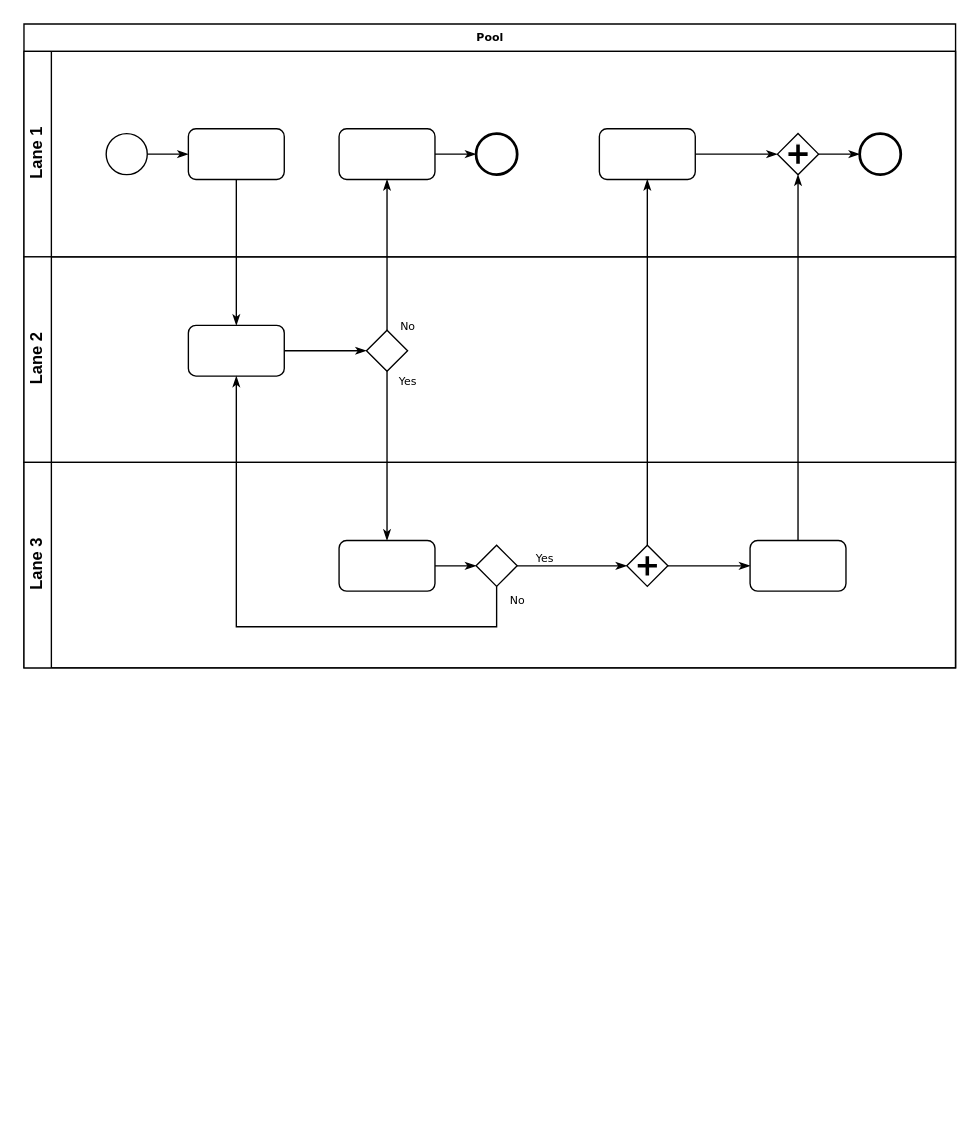
The draw.io diagram SSR FlowChart.drawio in neio100/orange, before the edit. Source tidied: cells renumbered, new cells numbered last; positions are measured from the earlier drawing's top-left corner, leaving out a move shared by most shapes. Both pictures are drawn from the tidied source at 137%, with x=0, y=0 at pixel (23, 23).
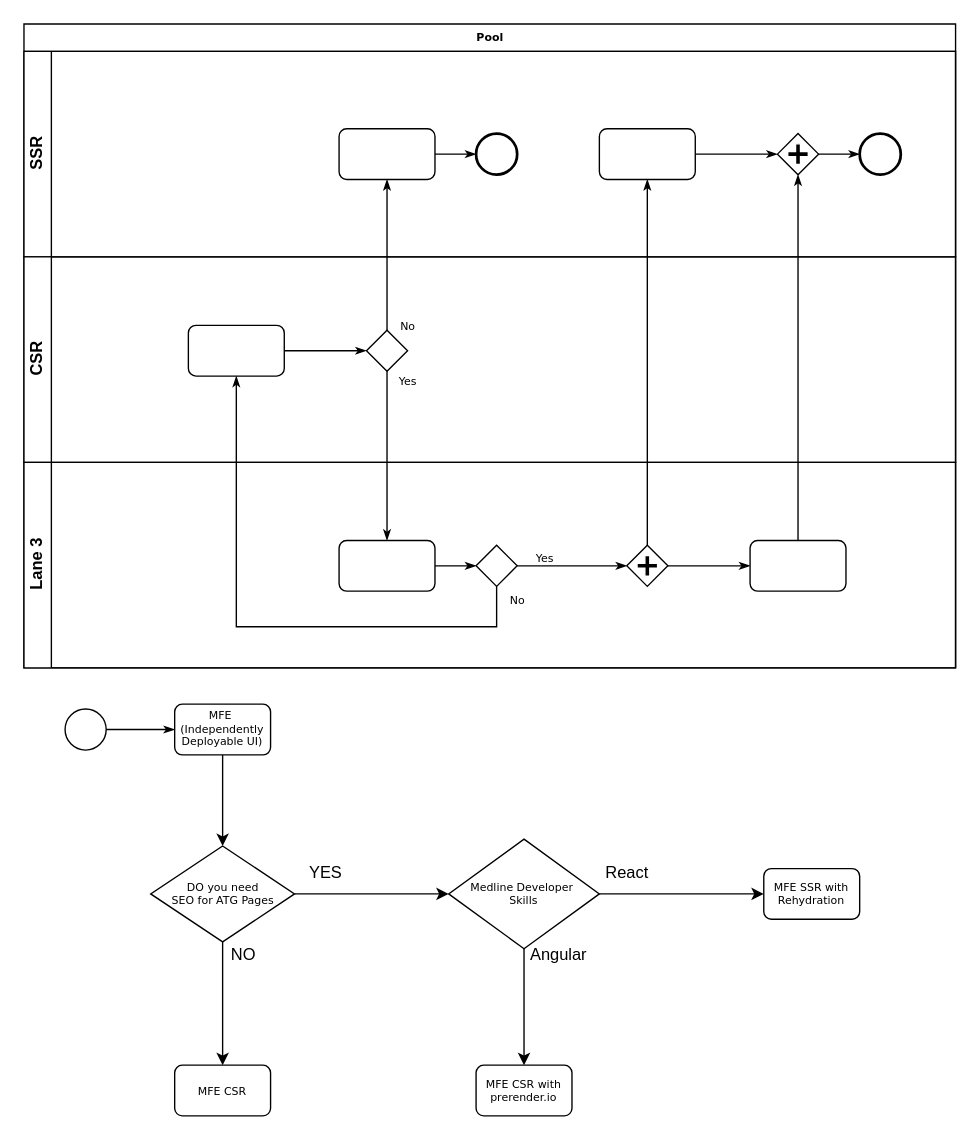
Above is the later version.

Unchanged cells that the change refers to:
```xml
<mxCell id="2" value="Pool" style="swimlane;html=1;horizontal=1;startSize=20;rounded=0;shadow=0;labelBackgroundColor=none;strokeWidth=1;fontFamily=Verdana;fontSize=8;align=center;" parent="1" vertex="1">
  <mxGeometry width="680" height="470" as="geometry" />
</mxCell>
<mxCell id="17" style="rounded=1;whiteSpace=wrap;html=1;shadow=0;labelBackgroundColor=none;strokeWidth=1;fontFamily=Verdana;fontSize=8;align=center;" parent="15" vertex="1">
  <mxGeometry x="120" y="50" width="70" height="37" as="geometry" />
</mxCell>
```

Diff of the diagram source:
```diff
@@
-    <mxCell id="3" value="Lane 1" style="swimlane;html=1;startSize=20;horizontal=0;" parent="2" vertex="1">
+    <mxCell id="3" value="SSR" style="swimlane;html=1;startSize=20;horizontal=0;" parent="2" vertex="1">
       <mxGeometry y="20" width="680" height="150" as="geometry" />
     </mxCell>
-    <mxCell id="4" style="edgeStyle=orthogonalEdgeStyle;rounded=0;html=1;labelBackgroundColor=none;startArrow=none;startFill=0;startSize=5;endArrow=classicThin;endFill=1;endSize=5;jettySize=auto;strokeWidth=1;fontFamily=Verdana;fontSize=8;" parent="3" edge="1" source="5" target="6">
-      <mxGeometry relative="1" as="geometry" />
-    </mxCell>
-    <mxCell id="5" style="ellipse;whiteSpace=wrap;html=1;rounded=0;shadow=0;labelBackgroundColor=none;strokeWidth=1;fontFamily=Verdana;fontSize=8;align=center;" parent="3" vertex="1">
-      <mxGeometry x="60" y="60" width="30" height="30" as="geometry" />
-    </mxCell>
-    <mxCell id="6" style="rounded=1;whiteSpace=wrap;html=1;shadow=0;labelBackgroundColor=none;strokeWidth=1;fontFamily=Verdana;fontSize=8;align=center;" parent="3" vertex="1">
-      <mxGeometry x="120" y="56.5" width="70" height="37" as="geometry" />
-    </mxCell>
@@
-    <mxCell id="15" value="Lane 2" style="swimlane;html=1;startSize=20;horizontal=0;" parent="2" vertex="1">
+    <mxCell id="15" value="CSR" style="swimlane;html=1;startSize=20;horizontal=0;" parent="2" vertex="1">
       <mxGeometry y="170" width="680" height="150" as="geometry" />
     </mxCell>
@@
-    <mxCell id="27" style="edgeStyle=orthogonalEdgeStyle;rounded=0;html=1;labelBackgroundColor=none;startArrow=none;startFill=0;startSize=5;endArrow=classicThin;endFill=1;endSize=5;jettySize=auto;strokeWidth=1;fontFamily=Verdana;fontSize=8;" parent="2" edge="1" source="6" target="17">
-      <mxGeometry relative="1" as="geometry" />
-    </mxCell>
@@
+    <mxCell id="5" style="ellipse;whiteSpace=wrap;html=1;rounded=0;shadow=0;labelBackgroundColor=none;strokeWidth=1;fontFamily=Verdana;fontSize=8;align=center;" parent="1" vertex="1">
+      <mxGeometry x="30" y="500" width="30" height="30" as="geometry" />
+    </mxCell>
+    <mxCell id="4" style="edgeStyle=orthogonalEdgeStyle;rounded=0;html=1;labelBackgroundColor=none;startArrow=none;startFill=0;startSize=5;endArrow=classicThin;endFill=1;endSize=5;jettySize=auto;strokeWidth=1;fontFamily=Verdana;fontSize=8;" parent="1" edge="1" source="5" target="6">
+      <mxGeometry relative="1" as="geometry" />
+    </mxCell>
+    <mxCell id="33" style="edgeStyle=orthogonalEdgeStyle;rounded=0;jettySize=auto;html=1;" parent="1" edge="1" source="6" target="36">
+      <mxGeometry relative="1" as="geometry" />
+    </mxCell>
+    <mxCell id="6" value="MFE&amp;nbsp;&lt;br&gt;(Independently Deployable UI)" style="rounded=1;whiteSpace=wrap;html=1;shadow=0;labelBackgroundColor=none;strokeWidth=1;fontFamily=Verdana;fontSize=8;align=center;" parent="1" vertex="1">
+      <mxGeometry x="110" y="496.5" width="70" height="37" as="geometry" />
+    </mxCell>
+    <mxCell id="34" style="edgeStyle=orthogonalEdgeStyle;rounded=0;jettySize=auto;html=1;entryX=0.5;entryY=0;entryDx=0;entryDy=0;" parent="1" edge="1" source="36" target="43">
+      <mxGeometry relative="1" as="geometry" />
+    </mxCell>
+    <mxCell id="35" style="edgeStyle=orthogonalEdgeStyle;rounded=0;jettySize=auto;html=1;" parent="1" edge="1" source="36" target="42">
+      <mxGeometry relative="1" as="geometry" />
+    </mxCell>
+    <mxCell id="36" value="DO you need &lt;br&gt;SEO for ATG Pages" style="strokeWidth=1;html=1;shape=mxgraph.flowchart.decision;whiteSpace=wrap;rounded=1;shadow=0;labelBackgroundColor=none;fontFamily=Verdana;fontSize=8;align=center;" parent="1" vertex="1">
+      <mxGeometry x="92.5" y="600" width="105" height="70" as="geometry" />
+    </mxCell>
+    <mxCell id="37" value="MFE SSR with Rehydration" style="rounded=1;whiteSpace=wrap;html=1;shadow=0;labelBackgroundColor=none;strokeWidth=1;fontFamily=Verdana;fontSize=8;align=center;" parent="1" vertex="1">
+      <mxGeometry x="540" y="616.5" width="70" height="37" as="geometry" />
+    </mxCell>
+    <mxCell id="38" value="YES" style="text;html=1;align=center;verticalAlign=middle;strokeColor=none;fillColor=none;" parent="1" vertex="1">
+      <mxGeometry x="200" y="610" width="40" height="20" as="geometry" />
+    </mxCell>
+    <mxCell id="39" value="NO" style="text;html=1;align=center;verticalAlign=middle;strokeColor=none;fillColor=none;" parent="1" vertex="1">
+      <mxGeometry x="145" y="670" width="30" height="20" as="geometry" />
+    </mxCell>
+    <mxCell id="40" style="edgeStyle=orthogonalEdgeStyle;rounded=0;jettySize=auto;html=1;" parent="1" edge="1" source="42" target="37">
+      <mxGeometry relative="1" as="geometry" />
+    </mxCell>
+    <mxCell id="41" style="edgeStyle=orthogonalEdgeStyle;rounded=0;jettySize=auto;html=1;" parent="1" edge="1" source="42" target="46">
+      <mxGeometry relative="1" as="geometry" />
+    </mxCell>
+    <mxCell id="42" value="Medline Developer&amp;nbsp;&lt;br&gt;Skills" style="strokeWidth=1;html=1;shape=mxgraph.flowchart.decision;whiteSpace=wrap;rounded=1;shadow=0;labelBackgroundColor=none;fontFamily=Verdana;fontSize=8;align=center;" parent="1" vertex="1">
+      <mxGeometry x="310" y="595" width="110" height="80" as="geometry" />
+    </mxCell>
+    <mxCell id="43" value="MFE CSR" style="rounded=1;whiteSpace=wrap;html=1;shadow=0;labelBackgroundColor=none;strokeWidth=1;fontFamily=Verdana;fontSize=8;align=center;" parent="1" vertex="1">
+      <mxGeometry x="110" y="760" width="70" height="37" as="geometry" />
+    </mxCell>
+    <mxCell id="44" value="React" style="text;html=1;align=center;verticalAlign=middle;strokeColor=none;fillColor=none;" parent="1" vertex="1">
+      <mxGeometry x="415" y="610" width="50" height="20" as="geometry" />
+    </mxCell>
+    <mxCell id="45" value="Angular" style="text;html=1;align=center;verticalAlign=middle;strokeColor=none;fillColor=none;" parent="1" vertex="1">
+      <mxGeometry x="360" y="670" width="60" height="20" as="geometry" />
+    </mxCell>
+    <mxCell id="46" value="MFE CSR with prerender.io" style="rounded=1;whiteSpace=wrap;html=1;shadow=0;labelBackgroundColor=none;strokeWidth=1;fontFamily=Verdana;fontSize=8;align=center;" parent="1" vertex="1">
+      <mxGeometry x="330" y="760" width="70" height="37" as="geometry" />
+    </mxCell>
```
